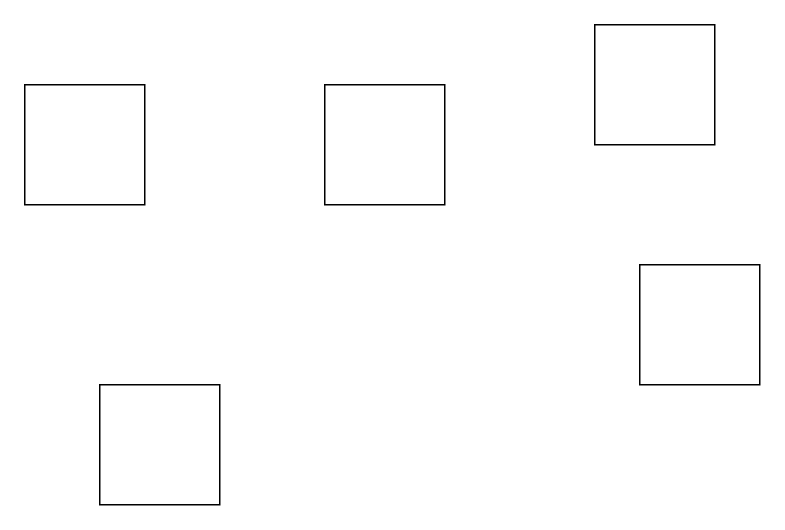
The draw.io diagram Untitled Diagram.drawio in saitofjp/test, before the edit. Source tidied: cells renumbered, new cells numbered last; positions are measured from the earlier drawing's top-left corner, leaving out a move shared by most shapes. Both pictures are drawn from the tidied source at 150%, with x=0, y=0 at pixel (24, 24).
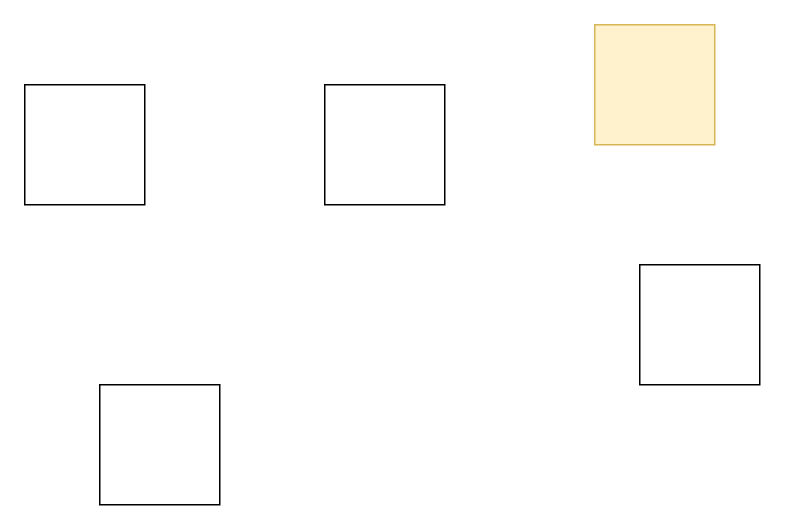
The same page after the edit.

What changed in the source:
```diff
@@
 <mxGraphModel>
   <root>
     <mxCell id="0" />
     <mxCell id="1" parent="0" />
     <mxCell id="2" style="whiteSpace=wrap;html=1;" parent="1" vertex="1">
       <mxGeometry y="40" width="80" height="80" as="geometry" />
     </mxCell>
     <mxCell id="3" style="whiteSpace=wrap;html=1;" parent="1" vertex="1">
       <mxGeometry x="200" y="40" width="80" height="80" as="geometry" />
     </mxCell>
     <mxCell id="4" style="whiteSpace=wrap;html=1;" parent="1" vertex="1">
       <mxGeometry x="50" y="240" width="80" height="80" as="geometry" />
     </mxCell>
     <mxCell id="5" style="whiteSpace=wrap;html=1;" parent="1" vertex="1">
       <mxGeometry x="410" y="160" width="80" height="80" as="geometry" />
     </mxCell>
-    <mxCell id="6" style="whiteSpace=wrap;html=1;" parent="1" vertex="1">
+    <mxCell id="6" style="whiteSpace=wrap;html=1;fillColor=#fff2cc;strokeColor=#d6b656;" parent="1" vertex="1">
       <mxGeometry x="380" width="80" height="80" as="geometry" />
     </mxCell>
   </root>
 </mxGraphModel>
```
